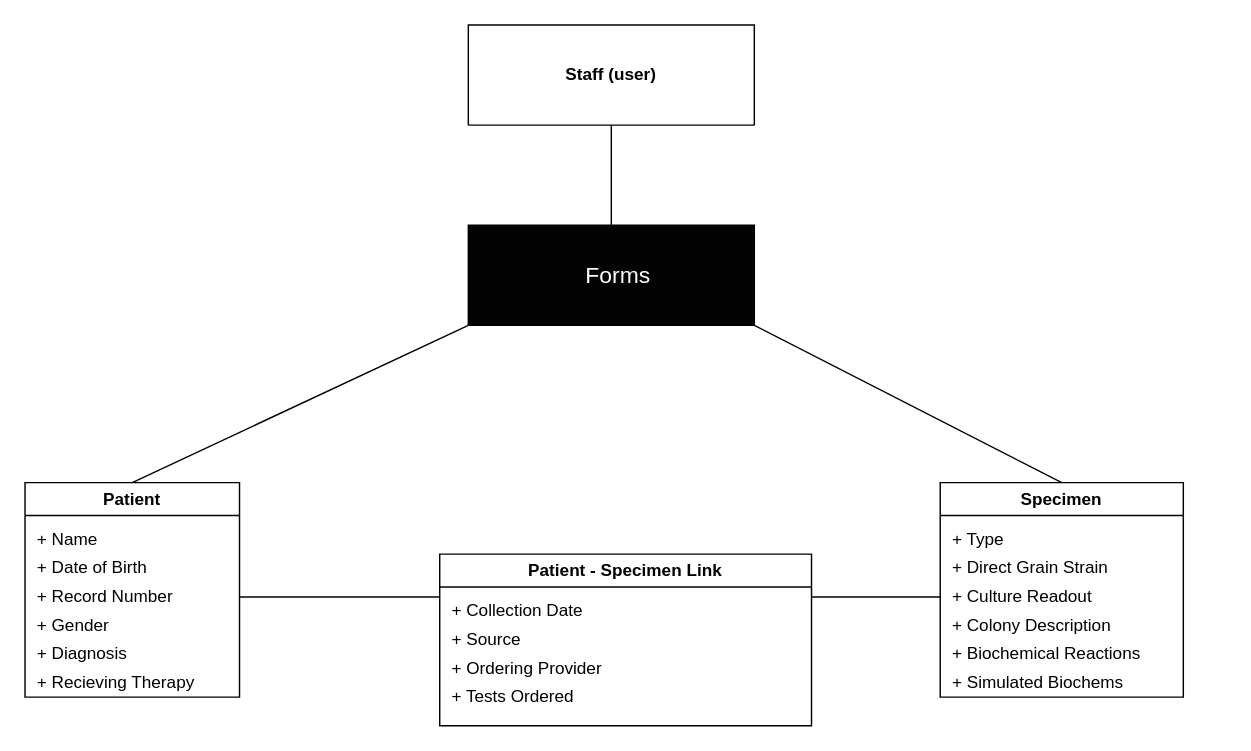
Earlier version of the draw.io diagram assets/EntityRelation.drawio (bregeabe/NMU-antibiotics-2024). Source tidied: cells renumbered, new cells numbered last; positions are measured from the earlier drawing's top-left corner, leaving out a move shared by most shapes. Both pictures are drawn from the tidied source at 143%, with x=0, y=0 at pixel (24, 24).
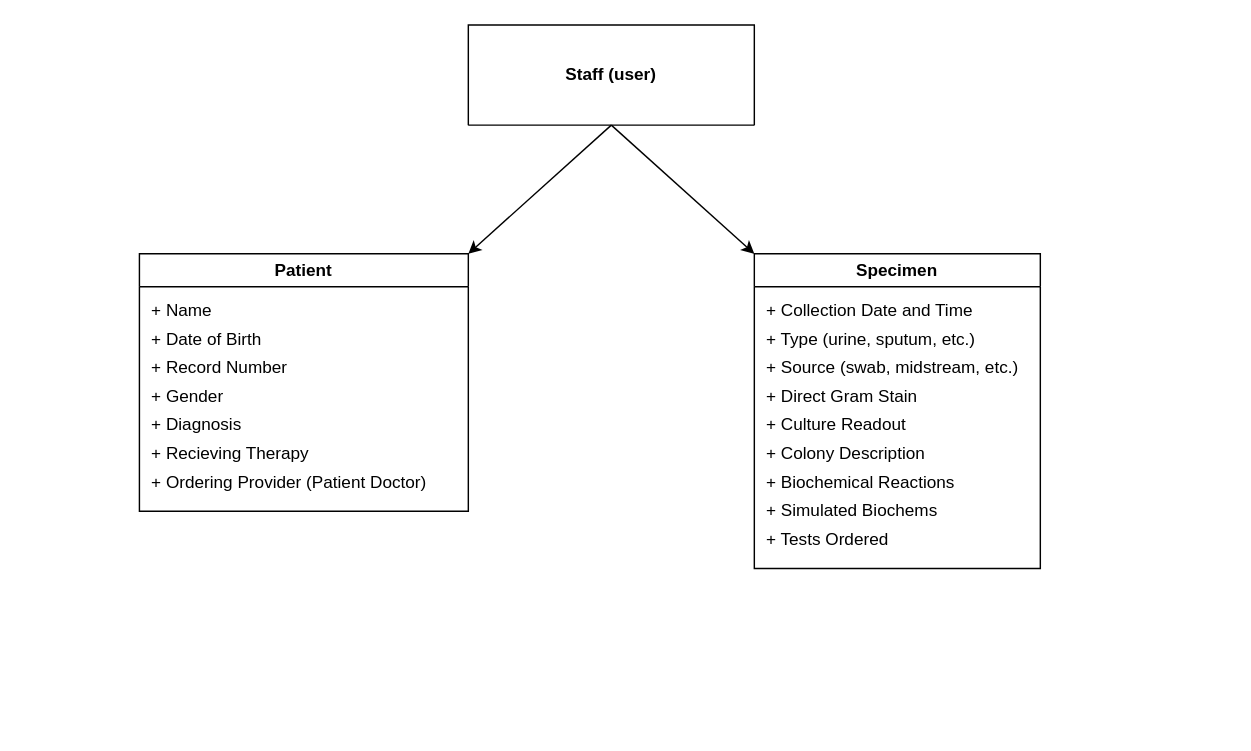
Above is the later version.

Commit message (it also covers changes not shown here):
Removed patient-specimen link

Unchanged cells that the change refers to:
```xml
<mxCell id="9" value="Staff (user)" style="swimlane;whiteSpace=wrap;html=1;startSize=70;" parent="1" vertex="1">
  <mxGeometry x="310" width="200" height="70" as="geometry" />
</mxCell>
```

What changed in the source:
```diff
@@
     <mxCell id="2" value="Patient" style="swimlane;whiteSpace=wrap;html=1;" parent="1" vertex="1">
-      <mxGeometry y="320" width="150" height="150" as="geometry" />
+      <mxGeometry x="80" y="160" width="230" height="180" as="geometry" />
     </mxCell>
@@
+    <mxCell id="26" value="&amp;nbsp; + Ordering Provider (Patient Doctor)" style="text;html=1;align=left;verticalAlign=middle;whiteSpace=wrap;rounded=0;" parent="2" vertex="1">
+      <mxGeometry y="150" width="230" height="20" as="geometry" />
+    </mxCell>
@@
     <mxCell id="10" value="Specimen" style="swimlane;whiteSpace=wrap;html=1;" parent="1" vertex="1">
-      <mxGeometry x="640" y="320" width="170" height="150" as="geometry" />
+      <mxGeometry x="510" y="160" width="200" height="220" as="geometry" />
     </mxCell>
-    <mxCell id="11" value="&amp;nbsp; + Type" style="text;html=1;align=left;verticalAlign=middle;whiteSpace=wrap;rounded=0;" parent="10" vertex="1">
-      <mxGeometry y="30" width="200" height="20" as="geometry" />
+    <mxCell id="11" value="&amp;nbsp; + Type (urine, sputum, etc.)" style="text;html=1;align=left;verticalAlign=middle;whiteSpace=wrap;rounded=0;" parent="10" vertex="1">
+      <mxGeometry y="50" width="200" height="20" as="geometry" />
     </mxCell>
-    <mxCell id="12" value="&amp;nbsp; + Direct Grain Strain" style="text;html=1;align=left;verticalAlign=middle;whiteSpace=wrap;rounded=0;" parent="10" vertex="1">
-      <mxGeometry y="50" width="200" height="20" as="geometry" />
+    <mxCell id="12" value="&amp;nbsp; + Direct Gram Stain" style="text;html=1;align=left;verticalAlign=middle;whiteSpace=wrap;rounded=0;" parent="10" vertex="1">
+      <mxGeometry y="90" width="200" height="20" as="geometry" />
     </mxCell>
     <mxCell id="13" value="&amp;nbsp; + Culture Readout" style="text;html=1;align=left;verticalAlign=middle;whiteSpace=wrap;rounded=0;" parent="10" vertex="1">
-      <mxGeometry y="70" width="200" height="20" as="geometry" />
+      <mxGeometry y="110" width="200" height="20" as="geometry" />
     </mxCell>
     <mxCell id="14" value="&amp;nbsp; + Colony Description" style="text;html=1;align=left;verticalAlign=middle;whiteSpace=wrap;rounded=0;" parent="10" vertex="1">
-      <mxGeometry y="90" width="200" height="20" as="geometry" />
+      <mxGeometry y="130" width="200" height="20" as="geometry" />
     </mxCell>
     <mxCell id="15" value="&amp;nbsp; + Biochemical Reactions" style="text;html=1;align=left;verticalAlign=middle;whiteSpace=wrap;rounded=0;" parent="10" vertex="1">
-      <mxGeometry y="110" width="200" height="20" as="geometry" />
+      <mxGeometry y="150" width="200" height="20" as="geometry" />
     </mxCell>
     <mxCell id="16" value="&amp;nbsp; + Simulated Biochems" style="text;html=1;align=left;verticalAlign=middle;whiteSpace=wrap;rounded=0;" parent="10" vertex="1">
-      <mxGeometry y="130" width="200" height="20" as="geometry" />
+      <mxGeometry y="170" width="200" height="20" as="geometry" />
     </mxCell>
-    <mxCell id="17" style="endArrow=none;html=1;rounded=0;exitX=1;exitY=0;exitDx=0;exitDy=0;" parent="10" edge="1" source="24">
-      <mxGeometry relative="1" as="geometry">
-        <mxPoint y="80" as="targetPoint" />
-      </mxGeometry>
-    </mxCell>
-    <mxCell id="18" style="endArrow=none;html=1;rounded=0;exitX=0.5;exitY=0;exitDx=0;exitDy=0;entryX=0.5;entryY=1;entryDx=0;entryDy=0;" parent="1" edge="1" source="19" target="9">
-      <mxGeometry relative="1" as="geometry" />
-    </mxCell>
-    <mxCell id="19" style="swimlane;whiteSpace=wrap;html=1;startSize=70;color:black;fillColor=#030303;" parent="1" vertex="1">
-      <mxGeometry x="310" y="140" width="200" height="70" as="geometry" />
-    </mxCell>
-    <mxCell id="20" value="&lt;font style=&quot;font-size: 16px;&quot;&gt;Forms&lt;/font&gt;" style="text;html=1;align=center;verticalAlign=middle;whiteSpace=wrap;rounded=0;strokeColor=none;font-color:white;fontColor=#FFFFFF;" parent="19" vertex="1">
-      <mxGeometry x="75" y="20" width="60" height="30" as="geometry" />
-    </mxCell>
-    <mxCell id="21" style="endArrow=none;html=1;rounded=0;exitX=0.5;exitY=0;exitDx=0;exitDy=0;entryX=0.5;entryY=1;entryDx=0;entryDy=0;" parent="1" edge="1" source="2">
-      <mxGeometry relative="1" as="geometry">
-        <mxPoint x="310" y="210" as="targetPoint" />
-      </mxGeometry>
-    </mxCell>
-    <mxCell id="22" style="endArrow=none;html=1;rounded=0;exitX=0.5;exitY=0;exitDx=0;exitDy=0;entryX=0.5;entryY=1;entryDx=0;entryDy=0;" parent="1" edge="1" source="10">
-      <mxGeometry relative="1" as="geometry">
-        <mxPoint x="510" y="210" as="targetPoint" />
-      </mxGeometry>
-    </mxCell>
-    <mxCell id="23" value="Patient - Specimen Link" style="swimlane;whiteSpace=wrap;html=1;" parent="1" vertex="1">
-      <mxGeometry x="290" y="370" width="260" height="120" as="geometry" />
-    </mxCell>
-    <mxCell id="24" value="&amp;nbsp; + Collection Date" style="text;html=1;align=left;verticalAlign=middle;whiteSpace=wrap;rounded=0;" parent="23" vertex="1">
-      <mxGeometry y="30" width="260" height="20" as="geometry" />
+    <mxCell id="24" value="&amp;nbsp; + Collection Date and Time" style="text;html=1;align=left;verticalAlign=middle;whiteSpace=wrap;rounded=0;" parent="10" vertex="1">
+      <mxGeometry y="30" width="200" height="20" as="geometry" />
     </mxCell>
-    <mxCell id="25" value="&amp;nbsp; + Source" style="text;html=1;align=left;verticalAlign=middle;whiteSpace=wrap;rounded=0;" parent="23" vertex="1">
-      <mxGeometry y="50" width="250" height="20" as="geometry" />
+    <mxCell id="25" value="&amp;nbsp; + Source (swab, midstream, etc.)" style="text;html=1;align=left;verticalAlign=middle;whiteSpace=wrap;rounded=0;" parent="10" vertex="1">
+      <mxGeometry y="70" width="200" height="20" as="geometry" />
     </mxCell>
-    <mxCell id="26" value="&amp;nbsp; + Ordering Provider" style="text;html=1;align=left;verticalAlign=middle;whiteSpace=wrap;rounded=0;" parent="23" vertex="1">
-      <mxGeometry y="70" width="250" height="20" as="geometry" />
-    </mxCell>
-    <mxCell id="27" value="&amp;nbsp; + Tests Ordered" style="text;html=1;align=left;verticalAlign=middle;whiteSpace=wrap;rounded=0;" parent="23" vertex="1">
-      <mxGeometry y="90" width="250" height="20" as="geometry" />
+    <mxCell id="27" value="&amp;nbsp; + Tests Ordered" style="text;html=1;align=left;verticalAlign=middle;whiteSpace=wrap;rounded=0;" parent="10" vertex="1">
+      <mxGeometry y="190" width="200" height="20" as="geometry" />
     </mxCell>
-    <mxCell id="28" style="endArrow=none;html=1;rounded=0;exitX=0.5;exitY=0;exitDx=0;exitDy=0;entryX=0;entryY=0;entryDx=0;entryDy=0;" parent="1" edge="1" target="24">
-      <mxGeometry relative="1" as="geometry">
-        <mxPoint x="150" y="400" as="sourcePoint" />
-      </mxGeometry>
-    </mxCell>
+    <mxCell id="29" style="endArrow=classic;html=1;rounded=0;exitX=0.5;exitY=1;exitDx=0;exitDy=0;entryX=0;entryY=0;entryDx=0;entryDy=0;" parent="1" edge="1" source="9" target="10">
+      <mxGeometry relative="1" as="geometry" />
+    </mxCell>
+    <mxCell id="30" style="endArrow=classic;html=1;rounded=0;entryX=1;entryY=0;entryDx=0;entryDy=0;exitX=0.5;exitY=1;exitDx=0;exitDy=0;" parent="1" edge="1" source="9" target="2">
+      <mxGeometry relative="1" as="geometry" />
+    </mxCell>
```
